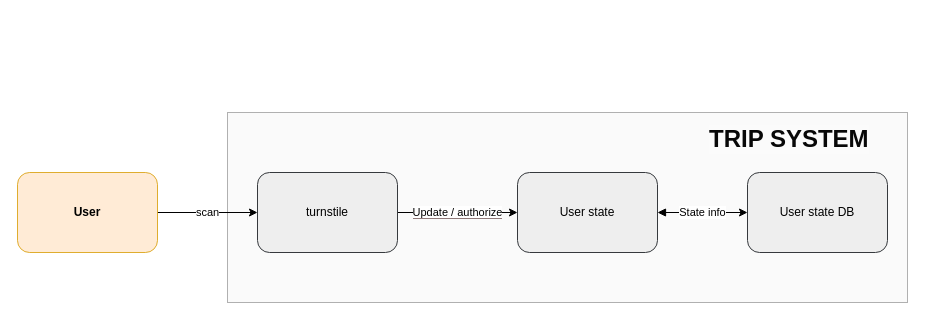
Above: drawings/views_draft3/information_view scanning.drawio in aleCombi/SoftwareArchitecture (draw.io), before the change. Source tidied: cells renumbered, new cells numbered last; positions are measured from the earlier drawing's top-left corner, leaving out a move shared by most shapes. Both pictures are drawn from the tidied source at 100%, with x=0, y=0 at pixel (17, 102).
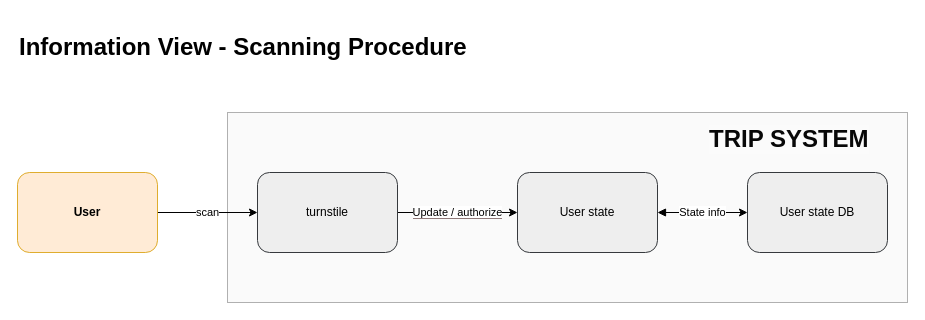
The same page after the edit.

The edit, as a diff of the source:
```diff
@@
 <mxGraphModel>
   <root>
     <mxCell id="0" />
     <mxCell id="1" parent="0" />
     <mxCell id="2" style="whiteSpace=wrap;html=1;shadow=0;glass=0;sketch=0;opacity=50;fillColor=#f5f5f5;strokeColor=#666666;fontColor=#333333;" parent="1" vertex="1">
       <mxGeometry x="210" y="10" width="680" height="190" as="geometry" />
     </mxCell>
     <mxCell id="3" value="&lt;span style=&quot;background-color: rgb(255, 255, 255);&quot;&gt;Update / authorize&lt;/span&gt;" style="edgeStyle=orthogonalEdgeStyle;html=1;labelBackgroundColor=#907a7a;strokeColor=#000000;fontColor=#000000;startArrow=none;startFill=0;entryX=0;entryY=0.5;entryDx=0;entryDy=0;exitX=1;exitY=0.5;exitDx=0;exitDy=0;" parent="1" edge="1" source="4" target="8">
       <mxGeometry relative="1" as="geometry" />
     </mxCell>
     <mxCell id="4" value="turnstile" style="rounded=1;whiteSpace=wrap;html=1;fillColor=#eeeeee;strokeColor=#36393d;" parent="1" vertex="1">
       <mxGeometry x="240" y="70" width="140" height="80" as="geometry" />
     </mxCell>
     <mxCell id="5" value="scan" style="edgeStyle=orthogonalEdgeStyle;html=1;exitX=1;exitY=0.5;exitDx=0;exitDy=0;entryX=0;entryY=0.5;entryDx=0;entryDy=0;labelBackgroundColor=#FFFFFF;startArrow=none;startFill=0;" parent="1" edge="1" source="6" target="4">
       <mxGeometry relative="1" as="geometry" />
     </mxCell>
     <mxCell id="6" value="&lt;b&gt;User&lt;/b&gt;" style="rounded=1;whiteSpace=wrap;html=1;fillColor=#ffe6cc;strokeColor=#d79b00;opacity=80;" parent="1" vertex="1">
       <mxGeometry y="70" width="140" height="80" as="geometry" />
     </mxCell>
     <mxCell id="7" value="State info" style="edgeStyle=orthogonalEdgeStyle;html=1;exitX=1;exitY=0.5;exitDx=0;exitDy=0;entryX=0;entryY=0.5;entryDx=0;entryDy=0;startArrow=block;startFill=1;" parent="1" edge="1" source="8" target="10">
       <mxGeometry relative="1" as="geometry" />
     </mxCell>
     <mxCell id="8" value="User state" style="rounded=1;whiteSpace=wrap;html=1;fillColor=#eeeeee;strokeColor=#36393d;" parent="1" vertex="1">
       <mxGeometry x="500" y="70" width="140" height="80" as="geometry" />
     </mxCell>
     <mxCell id="9" value="&lt;h1 style=&quot;border-color: var(--border-color); color: rgb(0, 0, 0); font-family: Helvetica; font-style: normal; font-variant-ligatures: normal; font-variant-caps: normal; letter-spacing: normal; orphans: 2; text-align: center; text-indent: 0px; text-transform: none; widows: 2; word-spacing: 0px; -webkit-text-stroke-width: 0px; background-color: rgb(251, 251, 251); text-decoration-thickness: initial; text-decoration-style: initial; text-decoration-color: initial;&quot;&gt;&lt;b style=&quot;border-color: var(--border-color);&quot;&gt;&lt;font style=&quot;border-color: var(--border-color);&quot; color=&quot;#080808&quot;&gt;TRIP SYSTEM&lt;/font&gt;&lt;/b&gt;&lt;/h1&gt;" style="text;whiteSpace=wrap;html=1;fontColor=#000000;" parent="1" vertex="1">
       <mxGeometry x="690" width="190" height="80" as="geometry" />
     </mxCell>
     <mxCell id="10" value="User state DB" style="rounded=1;whiteSpace=wrap;html=1;fillColor=#eeeeee;strokeColor=#36393d;" parent="1" vertex="1">
       <mxGeometry x="730" y="70" width="140" height="80" as="geometry" />
     </mxCell>
+    <mxCell id="11" value="&lt;h1&gt;Information View - Scanning Procedure&lt;/h1&gt;" style="text;strokeColor=none;align=left;fillColor=none;html=1;verticalAlign=middle;whiteSpace=wrap;rounded=0;" parent="1" vertex="1">
+      <mxGeometry y="-70" width="670" height="30" as="geometry" />
+    </mxCell>
   </root>
 </mxGraphModel>
```
